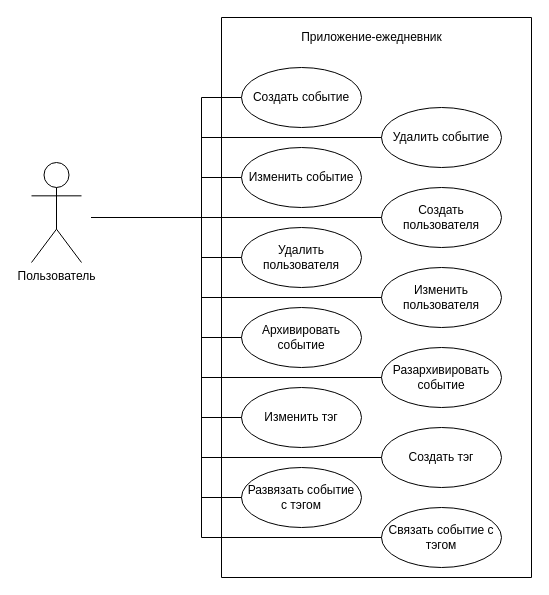
Before: page "Use-case diagram" (1 of 4) of Diagrams.drawio in Andebugan/Planum, a draw.io diagram. Source tidied: cells renumbered, new cells numbered last; positions are measured from the earlier drawing's top-left corner, leaving out a move shared by most shapes. Both pictures are drawn from the tidied source at 100%, with x=0, y=0 at pixel (31, 17).
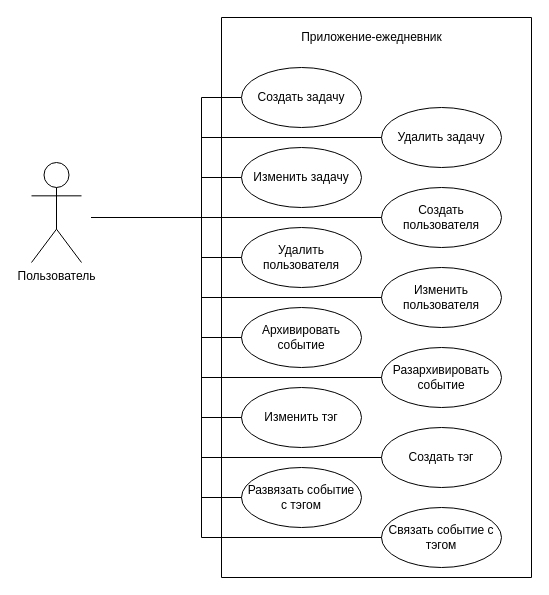
Above is the later version.

The change refers to these unchanged cells:
```xml
<mxCell id="7" style="swimlane;startSize=0;" parent="1" vertex="1">
  <mxGeometry x="190" width="310" height="560" as="geometry" />
</mxCell>
```

What changed in the source:
```diff
@@
-    <mxCell id="12" value="Изменить событие" style="ellipse;whiteSpace=wrap;html=1;" parent="7" vertex="1">
+    <mxCell id="12" value="Изменить задачу" style="ellipse;whiteSpace=wrap;html=1;" parent="7" vertex="1">
       <mxGeometry x="20" y="130" width="120" height="60" as="geometry" />
     </mxCell>
@@
-    <mxCell id="14" value="Удалить событие" style="ellipse;whiteSpace=wrap;html=1;" parent="7" vertex="1">
+    <mxCell id="14" value="Удалить задачу" style="ellipse;whiteSpace=wrap;html=1;" parent="7" vertex="1">
       <mxGeometry x="160" y="90" width="120" height="60" as="geometry" />
     </mxCell>
@@
-    <mxCell id="17" value="Создать событие" style="ellipse;whiteSpace=wrap;html=1;" parent="7" vertex="1">
+    <mxCell id="17" value="Создать задачу" style="ellipse;whiteSpace=wrap;html=1;" parent="7" vertex="1">
       <mxGeometry x="20" y="50" width="120" height="60" as="geometry" />
     </mxCell>
```
